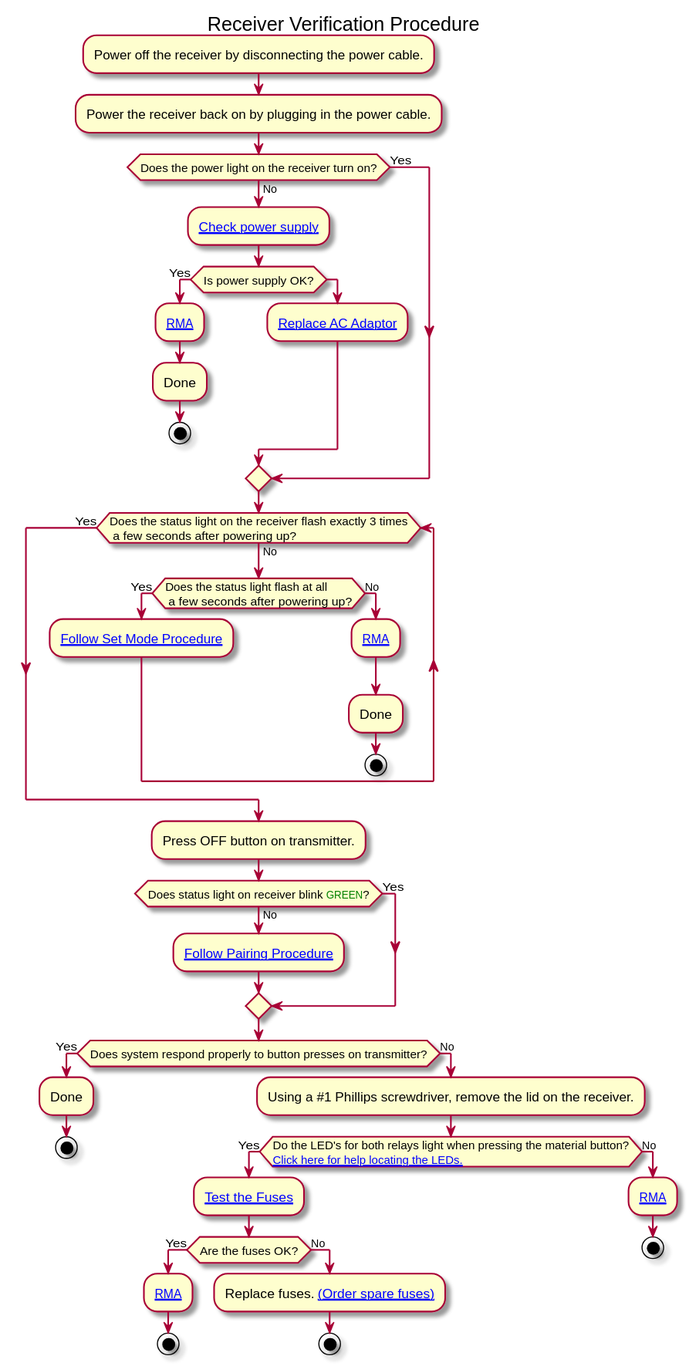
Earlier version of the PlantUML export docs/rxverification.svg (rfhero/rfhero.github.io).
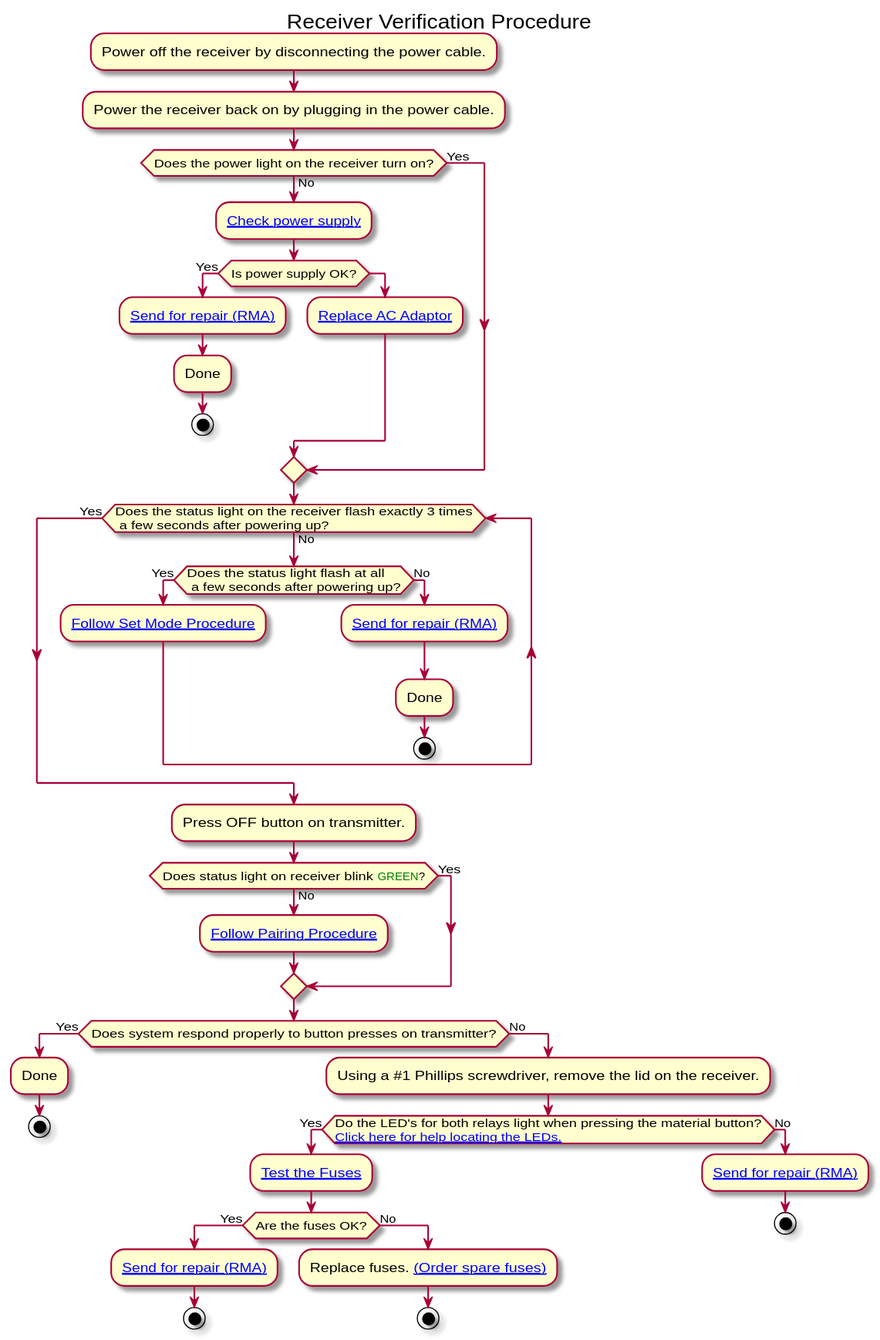
Above is the later version.

Change to the diagram source:
```diff
@@ -6,7 +6,7 @@
 else (No)
     :[[powersupply.html Check power supply]];
     if (Is power supply OK?) then (Yes)
-        :[[http://rfhero.com/request-rma.php RMA]];
+        :[[http://rfhero.com/request-rma.php Send for repair (RMA)]];
         :Done;
         stop
     else
@@ -18,7 +18,7 @@
     if (Does the status light flash at all\n a few seconds after powering up?) then (Yes)
         :[[mode.html Follow Set Mode Procedure]];
     else (No)
-        :[[http://rfhero.com/request-rma.php RMA]];
+        :[[http://rfhero.com/request-rma.php Send for repair (RMA)]];
         :Done;
         stop
     endif
@@ -36,14 +36,14 @@
     if (Do the LED's for both relays light when pressing the material button?\n[[rx_components.jpg Click here for help locating the LEDs.]]) then (Yes)
         :[[fusetest.html Test the Fuses]];
         if (Are the fuses OK?) then (Yes)
-            :[[http://rfhero.com/request-rma.php RMA]];
+            :[[http://rfhero.com/request-rma.php Send for repair (RMA)]];
             stop
         else (No)
             :Replace fuses. [[https://www.rfhero.net/accessories (Order spare fuses)]];
             stop
         endif
     else (No)
-        :[[http://rfhero.com/request-rma.php RMA]];
+        :[[http://rfhero.com/request-rma.php Send for repair (RMA)]];
         stop
     endif
 endif
```
